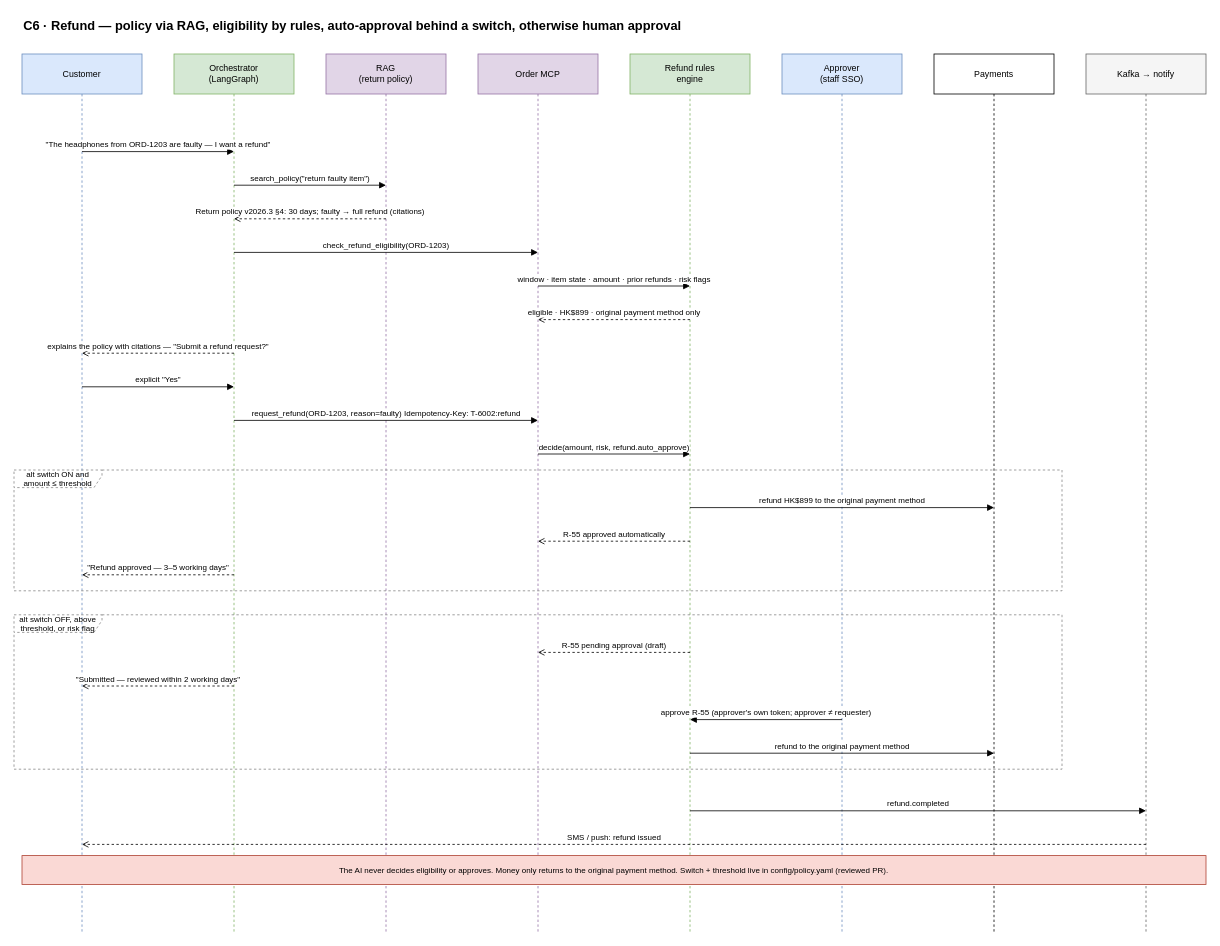
Above: docs/diagrams/C6-refund.drawio in airplanecraft/customer-support-agent (draw.io), before the change. Source tidied: cells renumbered, new cells numbered last; positions are measured from the earlier drawing's top-left corner, leaving out a move shared by most shapes. Both pictures are drawn from the tidied source at 80%, with x=0, y=0 at pixel (14, 14).
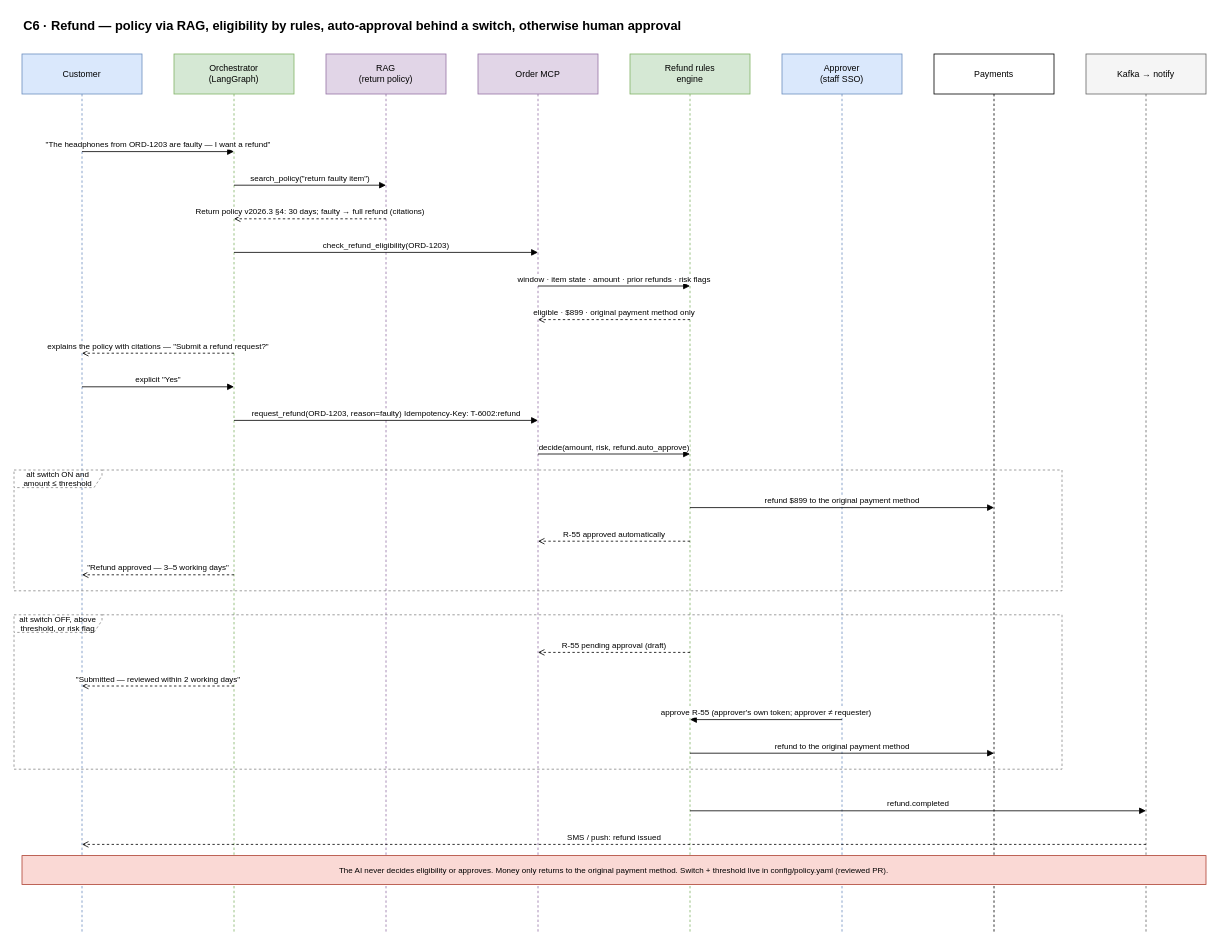
The same page after the edit.

Change to the diagram source:
```diff
@@
-    <mxCell id="16" value="eligible · HK$899 · original payment method only" style="html=1;verticalAlign=bottom;fontSize=10;labelBackgroundColor=#ffffff;endArrow=open;dashed=1;" parent="1" edge="1">
+    <mxCell id="16" value="eligible · $899 · original payment method only" style="html=1;verticalAlign=bottom;fontSize=10;labelBackgroundColor=#ffffff;endArrow=open;dashed=1;" parent="1" edge="1">
       <mxGeometry relative="1" as="geometry">
         <mxPoint x="845" y="382" as="sourcePoint" />
         <mxPoint x="655" y="382" as="targetPoint" />
       </mxGeometry>
     </mxCell>
@@
-    <mxCell id="21" value="refund HK$899 to the original payment method" style="html=1;verticalAlign=bottom;fontSize=10;labelBackgroundColor=#ffffff;endArrow=block;" parent="1" edge="1">
+    <mxCell id="21" value="refund $899 to the original payment method" style="html=1;verticalAlign=bottom;fontSize=10;labelBackgroundColor=#ffffff;endArrow=block;" parent="1" edge="1">
       <mxGeometry relative="1" as="geometry">
         <mxPoint x="845" y="617" as="sourcePoint" />
         <mxPoint x="1225" y="617" as="targetPoint" />
       </mxGeometry>
     </mxCell>
```
